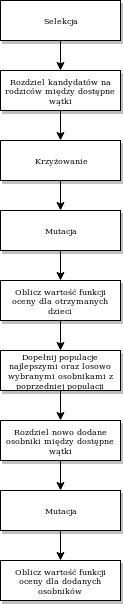
pberezow/inz-pberezow-praca keeps this draw.io diagram as img/next_gen_klasyczny.png. Above is the earlier version. Source tidied: cells renumbered, new cells last; positions are measured from the earlier drawing's top-left corner, leaving out a move shared by most shapes.
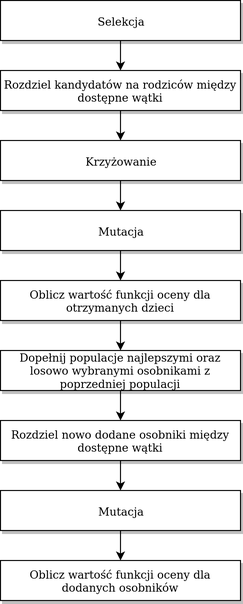
After the commit.

What changed in the source:
```diff
@@ -5,53 +5,53 @@
     <mxCell id="2" style="edgeStyle=orthogonalEdgeStyle;rounded=0;jettySize=auto;html=1;" parent="1" edge="1" source="3" target="5">
       <mxGeometry relative="1" as="geometry" />
     </mxCell>
-    <mxCell id="3" value="Selekcja" style="whiteSpace=wrap;html=1;rounded=0;shadow=1;labelBackgroundColor=none;strokeWidth=1;fontFamily=Verdana;fontSize=8;align=center;" parent="1" vertex="1">
-      <mxGeometry width="120" height="40" as="geometry" />
+    <mxCell id="3" value="&lt;font style=&quot;font-size: 11px&quot;&gt;Selekcja&lt;/font&gt;" style="whiteSpace=wrap;html=1;rounded=0;shadow=1;labelBackgroundColor=none;strokeWidth=1;fontFamily=Verdana;fontSize=8;align=center;" parent="1" vertex="1">
+      <mxGeometry width="240" height="40" as="geometry" />
     </mxCell>
     <mxCell id="4" style="edgeStyle=orthogonalEdgeStyle;rounded=0;jettySize=auto;html=1;" parent="1" edge="1" source="5" target="7">
       <mxGeometry relative="1" as="geometry" />
     </mxCell>
-    <mxCell id="5" value="Rozdziel kandydatów na rodziców między dostępne wątki" style="whiteSpace=wrap;html=1;rounded=0;shadow=1;labelBackgroundColor=none;strokeWidth=1;fontFamily=Verdana;fontSize=8;align=center;" parent="1" vertex="1">
-      <mxGeometry y="70" width="120" height="40" as="geometry" />
+    <mxCell id="5" value="&lt;font style=&quot;font-size: 11px&quot;&gt;Rozdziel kandydatów na rodziców między dostępne wątki&lt;/font&gt;" style="whiteSpace=wrap;html=1;rounded=0;shadow=1;labelBackgroundColor=none;strokeWidth=1;fontFamily=Verdana;fontSize=8;align=center;" parent="1" vertex="1">
+      <mxGeometry y="70" width="240" height="40" as="geometry" />
     </mxCell>
     <mxCell id="6" style="edgeStyle=orthogonalEdgeStyle;rounded=0;jettySize=auto;html=1;" parent="1" edge="1" source="7" target="9">
       <mxGeometry relative="1" as="geometry" />
     </mxCell>
-    <mxCell id="7" value="Krzyżowanie" style="whiteSpace=wrap;html=1;rounded=0;shadow=1;labelBackgroundColor=none;strokeWidth=1;fontFamily=Verdana;fontSize=8;align=center;" parent="1" vertex="1">
-      <mxGeometry y="140" width="120" height="40" as="geometry" />
+    <mxCell id="7" value="&lt;font style=&quot;font-size: 11px&quot;&gt;Krzyżowanie&lt;/font&gt;" style="whiteSpace=wrap;html=1;rounded=0;shadow=1;labelBackgroundColor=none;strokeWidth=1;fontFamily=Verdana;fontSize=8;align=center;" parent="1" vertex="1">
+      <mxGeometry y="140" width="240" height="40" as="geometry" />
     </mxCell>
     <mxCell id="8" style="edgeStyle=orthogonalEdgeStyle;rounded=0;jettySize=auto;html=1;" parent="1" edge="1" source="9" target="11">
       <mxGeometry relative="1" as="geometry" />
     </mxCell>
-    <mxCell id="9" value="Mutacja" style="whiteSpace=wrap;html=1;rounded=0;shadow=1;labelBackgroundColor=none;strokeWidth=1;fontFamily=Verdana;fontSize=8;align=center;" parent="1" vertex="1">
-      <mxGeometry y="210" width="120" height="40" as="geometry" />
+    <mxCell id="9" value="&lt;font style=&quot;font-size: 11px&quot;&gt;Mutacja&lt;/font&gt;" style="whiteSpace=wrap;html=1;rounded=0;shadow=1;labelBackgroundColor=none;strokeWidth=1;fontFamily=Verdana;fontSize=8;align=center;" parent="1" vertex="1">
+      <mxGeometry y="210" width="240" height="40" as="geometry" />
     </mxCell>
     <mxCell id="10" style="edgeStyle=orthogonalEdgeStyle;rounded=0;jettySize=auto;html=1;" parent="1" edge="1" source="11" target="13">
       <mxGeometry relative="1" as="geometry" />
     </mxCell>
-    <mxCell id="11" value="Oblicz wartość funkcji oceny dla otrzymanych dzieci" style="whiteSpace=wrap;html=1;rounded=0;shadow=1;labelBackgroundColor=none;strokeWidth=1;fontFamily=Verdana;fontSize=8;align=center;" parent="1" vertex="1">
-      <mxGeometry y="280" width="120" height="40" as="geometry" />
+    <mxCell id="11" value="&lt;font style=&quot;font-size: 11px&quot;&gt;Oblicz wartość funkcji oceny dla otrzymanych dzieci&lt;/font&gt;" style="whiteSpace=wrap;html=1;rounded=0;shadow=1;labelBackgroundColor=none;strokeWidth=1;fontFamily=Verdana;fontSize=8;align=center;" parent="1" vertex="1">
+      <mxGeometry y="280" width="240" height="40" as="geometry" />
     </mxCell>
     <mxCell id="12" style="edgeStyle=orthogonalEdgeStyle;rounded=0;jettySize=auto;html=1;" parent="1" edge="1" source="13" target="15">
       <mxGeometry relative="1" as="geometry" />
     </mxCell>
-    <mxCell id="13" value="Dopełnij populacje najlepszymi oraz losowo wybranymi osobnikami z poprzedniej populacji" style="whiteSpace=wrap;html=1;rounded=0;shadow=1;labelBackgroundColor=none;strokeWidth=1;fontFamily=Verdana;fontSize=8;align=center;" parent="1" vertex="1">
-      <mxGeometry y="350" width="120" height="40" as="geometry" />
+    <mxCell id="13" value="&lt;font style=&quot;font-size: 11px&quot;&gt;Dopełnij populacje najlepszymi oraz losowo wybranymi osobnikami z poprzedniej populacji&lt;/font&gt;" style="whiteSpace=wrap;html=1;rounded=0;shadow=1;labelBackgroundColor=none;strokeWidth=1;fontFamily=Verdana;fontSize=8;align=center;" parent="1" vertex="1">
+      <mxGeometry y="350" width="240" height="40" as="geometry" />
     </mxCell>
     <mxCell id="14" style="edgeStyle=orthogonalEdgeStyle;rounded=0;jettySize=auto;html=1;" parent="1" edge="1" source="15" target="17">
       <mxGeometry relative="1" as="geometry" />
     </mxCell>
-    <mxCell id="15" value="Rozdziel nowo dodane osobniki między dostępne wątki" style="whiteSpace=wrap;html=1;rounded=0;shadow=1;labelBackgroundColor=none;strokeWidth=1;fontFamily=Verdana;fontSize=8;align=center;" parent="1" vertex="1">
-      <mxGeometry y="420" width="120" height="40" as="geometry" />
+    <mxCell id="15" value="&lt;font style=&quot;font-size: 11px&quot;&gt;Rozdziel nowo dodane osobniki między dostępne wątki&lt;/font&gt;" style="whiteSpace=wrap;html=1;rounded=0;shadow=1;labelBackgroundColor=none;strokeWidth=1;fontFamily=Verdana;fontSize=8;align=center;" parent="1" vertex="1">
+      <mxGeometry y="420" width="240" height="40" as="geometry" />
     </mxCell>
     <mxCell id="16" style="edgeStyle=orthogonalEdgeStyle;rounded=0;jettySize=auto;html=1;" parent="1" edge="1" source="17" target="18">
       <mxGeometry relative="1" as="geometry" />
     </mxCell>
-    <mxCell id="17" value="Mutacja" style="whiteSpace=wrap;html=1;rounded=0;shadow=1;labelBackgroundColor=none;strokeWidth=1;fontFamily=Verdana;fontSize=8;align=center;" parent="1" vertex="1">
-      <mxGeometry y="490" width="120" height="40" as="geometry" />
+    <mxCell id="17" value="&lt;font style=&quot;font-size: 11px&quot;&gt;Mutacja&lt;/font&gt;" style="whiteSpace=wrap;html=1;rounded=0;shadow=1;labelBackgroundColor=none;strokeWidth=1;fontFamily=Verdana;fontSize=8;align=center;" parent="1" vertex="1">
+      <mxGeometry y="490" width="240" height="40" as="geometry" />
     </mxCell>
-    <mxCell id="18" value="Oblicz wartość funkcji oceny dla dodanych osobników" style="whiteSpace=wrap;html=1;rounded=0;shadow=1;labelBackgroundColor=none;strokeWidth=1;fontFamily=Verdana;fontSize=8;align=center;" parent="1" vertex="1">
-      <mxGeometry y="560" width="120" height="40" as="geometry" />
+    <mxCell id="18" value="&lt;font style=&quot;font-size: 11px&quot;&gt;Oblicz wartość funkcji oceny dla dodanych osobników&lt;/font&gt;" style="whiteSpace=wrap;html=1;rounded=0;shadow=1;labelBackgroundColor=none;strokeWidth=1;fontFamily=Verdana;fontSize=8;align=center;" parent="1" vertex="1">
+      <mxGeometry y="560" width="240" height="40" as="geometry" />
     </mxCell>
   </root>
 </mxGraphModel>
```
